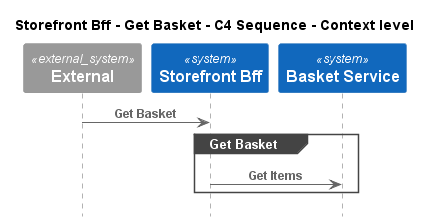
C4InterFlow/architecture-as-code-samples keeps this PlantUML diagram as e-commerce-platform/Software Systems/Storefront Bff/Interfaces/Get Basket/Context - C4 Sequence.png. Above is the earlier version.
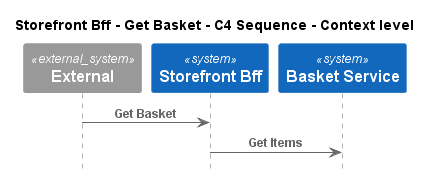
After the change.

The edit, as a diff of the source:
```diff
@@ -9,9 +9,7 @@
 System(ECommercePlatform.SoftwareSystems.BasketService, "Basket Service", "")
 
 Rel(C4InterFlow.SoftwareSystems.ExternalSystem, ECommercePlatform.SoftwareSystems.StorefrontBff, "Get Basket")
-group Get Basket
 Rel(ECommercePlatform.SoftwareSystems.StorefrontBff, ECommercePlatform.SoftwareSystems.BasketService, "Get Items")
-end
 
 
 @enduml
```
